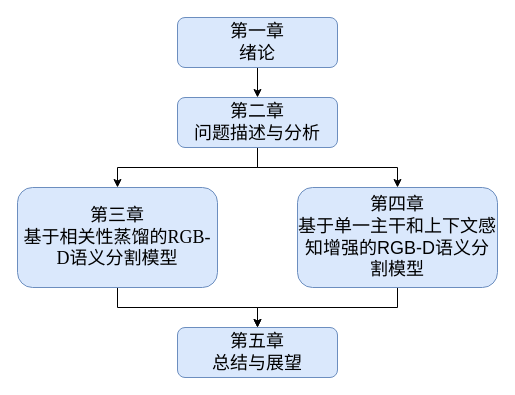
This is 1-3 的副本 的副本.drawio from Losh-shi/graduate_map, a draw.io file, before an edit. Source tidied: cells renumbered, new cells numbered last; positions are measured from the earlier drawing's top-left corner, leaving out a move shared by most shapes. Both pictures are drawn from the tidied source at 100%, with x=0, y=0 at pixel (17, 17).
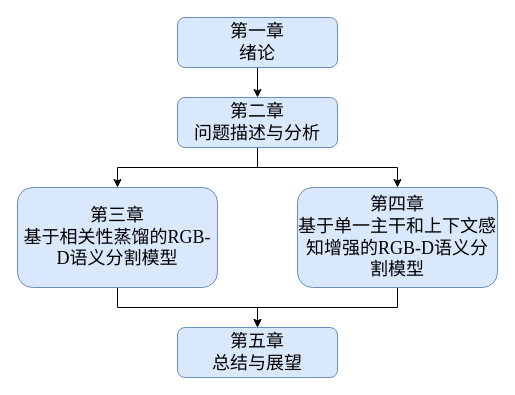
The same page after the edit.

Commit message:
更新1-3 的副本 的副本.drawio

The edit, as a diff of the source:
```diff
@@
 <mxGraphModel background="#ffffff">
   <root>
     <mxCell id="0" />
     <mxCell id="1" parent="0" />
     <mxCell id="2" style="edgeStyle=orthogonalEdgeStyle;rounded=0;jettySize=auto;html=1;exitX=0.5;exitY=1;exitDx=0;exitDy=0;entryX=0.5;entryY=0;entryDx=0;entryDy=0;" parent="1" edge="1" source="3" target="6">
       <mxGeometry relative="1" as="geometry" />
     </mxCell>
     <mxCell id="3" value="&lt;font style=&quot;font-size: 18px;&quot; face=&quot;宋体&quot;&gt;第一章&lt;br&gt;绪论&lt;/font&gt;" style="rounded=1;whiteSpace=wrap;html=1;fillColor=#dae8fc;strokeColor=#6c8ebf;" parent="1" vertex="1">
       <mxGeometry x="160" width="160" height="50" as="geometry" />
     </mxCell>
     <mxCell id="4" style="edgeStyle=orthogonalEdgeStyle;rounded=0;jettySize=auto;html=1;exitX=0.5;exitY=1;exitDx=0;exitDy=0;entryX=0.5;entryY=0;entryDx=0;entryDy=0;" parent="1" edge="1" source="6" target="8">
       <mxGeometry relative="1" as="geometry" />
     </mxCell>
     <mxCell id="5" style="edgeStyle=orthogonalEdgeStyle;rounded=0;jettySize=auto;html=1;exitX=0.5;exitY=1;exitDx=0;exitDy=0;entryX=0.5;entryY=0;entryDx=0;entryDy=0;" parent="1" edge="1" source="6" target="10">
       <mxGeometry relative="1" as="geometry" />
     </mxCell>
     <mxCell id="6" value="&lt;font style=&quot;font-size: 18px;&quot; face=&quot;宋体&quot;&gt;第二章&lt;br&gt;问题描述与分析&lt;/font&gt;" style="rounded=1;whiteSpace=wrap;html=1;fillColor=#dae8fc;strokeColor=#6c8ebf;" parent="1" vertex="1">
       <mxGeometry x="160" y="80" width="160" height="50" as="geometry" />
     </mxCell>
     <mxCell id="7" style="edgeStyle=orthogonalEdgeStyle;rounded=0;jettySize=auto;html=1;exitX=0.5;exitY=1;exitDx=0;exitDy=0;entryX=0.5;entryY=0;entryDx=0;entryDy=0;" parent="1" edge="1" source="8" target="11">
       <mxGeometry relative="1" as="geometry" />
     </mxCell>
     <mxCell id="8" value="&lt;font style=&quot;font-size: 18px;&quot; face=&quot;宋体&quot;&gt;第三&lt;/font&gt;&lt;font style=&quot;font-size: 18px;&quot; face=&quot;宋体&quot;&gt;章&lt;br&gt;基于相关性蒸馏的&lt;/font&gt;&lt;font face=&quot;Times New Roman&quot; style=&quot;font-size: 18px;&quot;&gt;RGB-D&lt;/font&gt;&lt;font style=&quot;font-size: 18px;&quot; face=&quot;宋体&quot;&gt;语义分割模型&lt;/font&gt;" style="rounded=1;whiteSpace=wrap;html=1;fillColor=#dae8fc;strokeColor=#6c8ebf;" parent="1" vertex="1">
       <mxGeometry y="170" width="200" height="100" as="geometry" />
     </mxCell>
     <mxCell id="9" style="edgeStyle=orthogonalEdgeStyle;rounded=0;jettySize=auto;html=1;exitX=0.5;exitY=1;exitDx=0;exitDy=0;entryX=0.5;entryY=0;entryDx=0;entryDy=0;" parent="1" edge="1" source="10" target="11">
       <mxGeometry relative="1" as="geometry" />
     </mxCell>
-    <mxCell id="10" value="&lt;font style=&quot;font-size: 18px;&quot; face=&quot;宋体&quot;&gt;第四&lt;/font&gt;&lt;font style=&quot;font-size: 18px;&quot; face=&quot;宋体&quot;&gt;章&lt;br&gt;&lt;/font&gt;&lt;font face=&quot;宋体&quot;&gt;&lt;span style=&quot;font-size: 18px;&quot;&gt;基于单一主干和上下文感知增强的RGB-D语义分割模型&lt;/span&gt;&lt;/font&gt;" style="rounded=1;whiteSpace=wrap;html=1;fillColor=#dae8fc;strokeColor=#6c8ebf;" parent="1" vertex="1">
+    <mxCell id="10" value="&lt;font style=&quot;font-size: 18px;&quot; face=&quot;宋体&quot;&gt;第四&lt;/font&gt;&lt;font style=&quot;font-size: 18px;&quot; face=&quot;宋体&quot;&gt;章&lt;br&gt;&lt;/font&gt;&lt;span style=&quot;font-size: 18px;&quot;&gt;&lt;font face=&quot;宋体&quot;&gt;基于单一主干和上下文感知增强的&lt;/font&gt;&lt;font face=&quot;Times New Roman&quot;&gt;RGB-D&lt;/font&gt;&lt;font face=&quot;宋体&quot;&gt;语义分割模型&lt;/font&gt;&lt;/span&gt;" style="rounded=1;whiteSpace=wrap;html=1;fillColor=#dae8fc;strokeColor=#6c8ebf;" parent="1" vertex="1">
       <mxGeometry x="280" y="170" width="200" height="100" as="geometry" />
     </mxCell>
     <mxCell id="11" value="&lt;font style=&quot;font-size: 18px;&quot; face=&quot;宋体&quot;&gt;第五章&lt;br&gt;总结与展望&lt;/font&gt;" style="rounded=1;whiteSpace=wrap;html=1;fillColor=#dae8fc;strokeColor=#6c8ebf;" parent="1" vertex="1">
       <mxGeometry x="160" y="310" width="160" height="50" as="geometry" />
     </mxCell>
   </root>
 </mxGraphModel>
```
